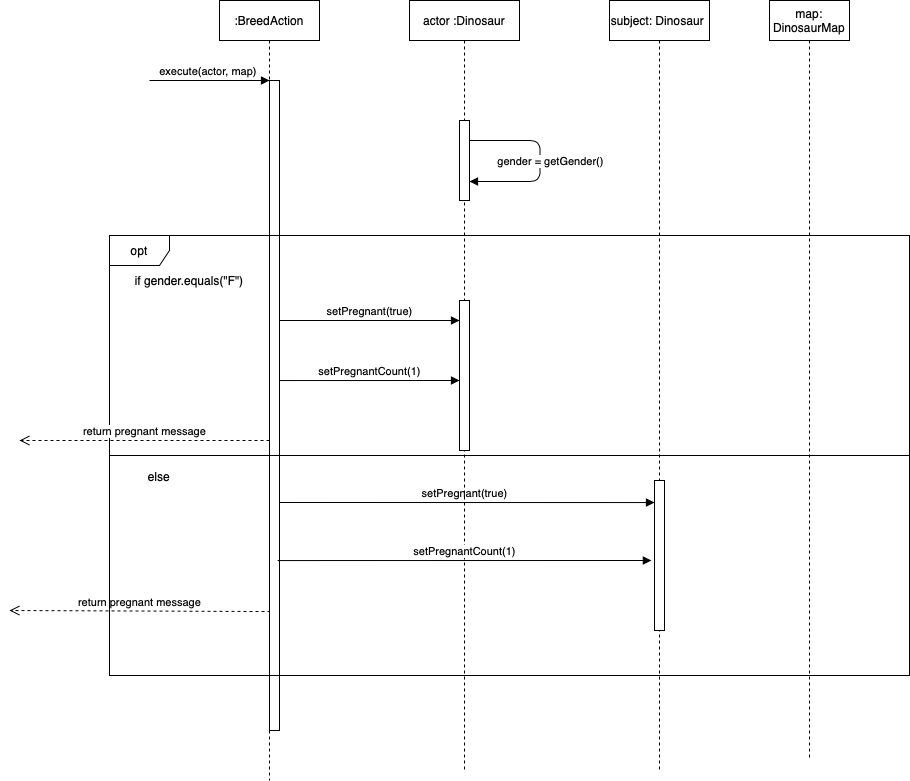
Earlier version of the draw.io export assignment_workings/BreedAction.execute.png (mltw/fit2099-jurassic-park-2021). Source tidied: cells renumbered, new cells last; positions are measured from the earlier drawing's top-left corner, leaving out a move shared by most shapes.
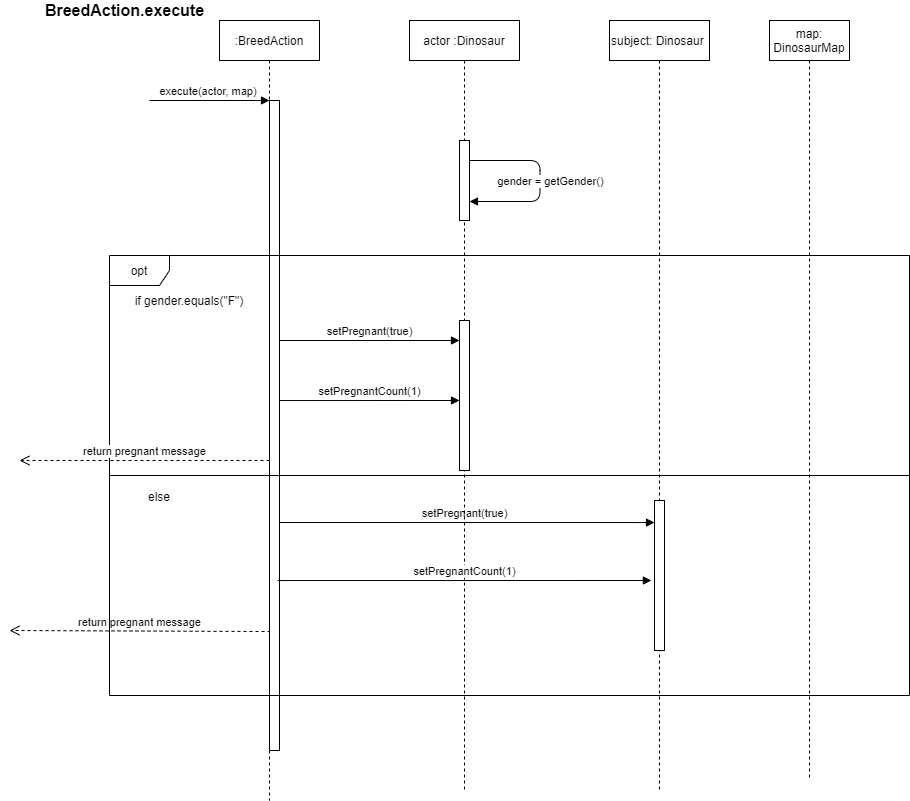
After the change.

Change to the diagram source:
```diff
@@ -87,5 +87,8 @@
     <mxCell id="21" value="map: DinosaurMap&lt;span style=&quot;color: rgba(0 , 0 , 0 , 0) ; font-family: monospace ; font-size: 0px&quot;&gt;%3CmxGraphModel%3E%3Croot%3E%3CmxCell%20id%3D%220%22%2F%3E%3CmxCell%20id%3D%221%22%20parent%3D%220%22%2F%3E%3CmxCell%20id%3D%222%22%20value%3D%22corpse%3A%20Corpse%22%20style%3D%22shape%3DumlLifeline%3Bperimeter%3DlifelinePerimeter%3BwhiteSpace%3Dwrap%3Bhtml%3D1%3Bcontainer%3D1%3Bcollapsible%3D0%3BrecursiveResize%3D0%3BoutlineConnect%3D0%3B%22%20vertex%3D%221%22%20parent%3D%221%22%3E%3CmxGeometry%20x%3D%22880%22%20y%3D%2240%22%20width%3D%22100%22%20height%3D%222000%22%20as%3D%22geometry%22%2F%3E%3C%2FmxCell%3E%3CmxCell%20id%3D%223%22%20value%3D%22%22%20style%3D%22html%3D1%3Bpoints%3D%5B%5D%3Bperimeter%3DorthogonalPerimeter%3B%22%20vertex%3D%221%22%20parent%3D%222%22%3E%3CmxGeometry%20x%3D%2245%22%20y%3D%22700%22%20width%3D%2210%22%20height%3D%2230%22%20as%3D%22geometry%22%2F%3E%3C%2FmxCell%3E%3CmxCell%20id%3D%224%22%20value%3D%22%22%20style%3D%22html%3D1%3Bpoints%3D%5B%5D%3Bperimeter%3DorthogonalPerimeter%3B%22%20vertex%3D%221%22%20parent%3D%222%22%3E%3CmxGeometry%20x%3D%2245%22%20y%3D%22785%22%20width%3D%2210%22%20height%3D%2230%22%20as%3D%22geometry%22%2F%3E%3C%2FmxCell%3E%3CmxCell%20id%3D%225%22%20value%3D%22%22%20style%3D%22html%3D1%3Bpoints%3D%5B%5D%3Bperimeter%3DorthogonalPerimeter%3B%22%20vertex%3D%221%22%20parent%3D%222%22%3E%3CmxGeometry%20x%3D%2245%22%20y%3D%22850%22%20width%3D%2210%22%20height%3D%2230%22%20as%3D%22geometry%22%2F%3E%3C%2FmxCell%3E%3C%2Froot%3E%3C%2FmxGraphModel%3E&lt;/span&gt;" style="shape=umlLifeline;perimeter=lifelinePerimeter;whiteSpace=wrap;html=1;" parent="1" vertex="1">
       <mxGeometry x="760" width="80" height="760" as="geometry" />
     </mxCell>
+    <mxCell id="22" value="&lt;font style=&quot;font-size: 16px&quot;&gt;&lt;b&gt;BreedAction.execute&lt;/b&gt;&lt;/font&gt;" style="text;html=1;align=center;verticalAlign=middle;strokeColor=none;" parent="1" vertex="1">
+      <mxGeometry x="30" y="-20" width="170" height="20" as="geometry" />
+    </mxCell>
   </root>
 </mxGraphModel>
```
